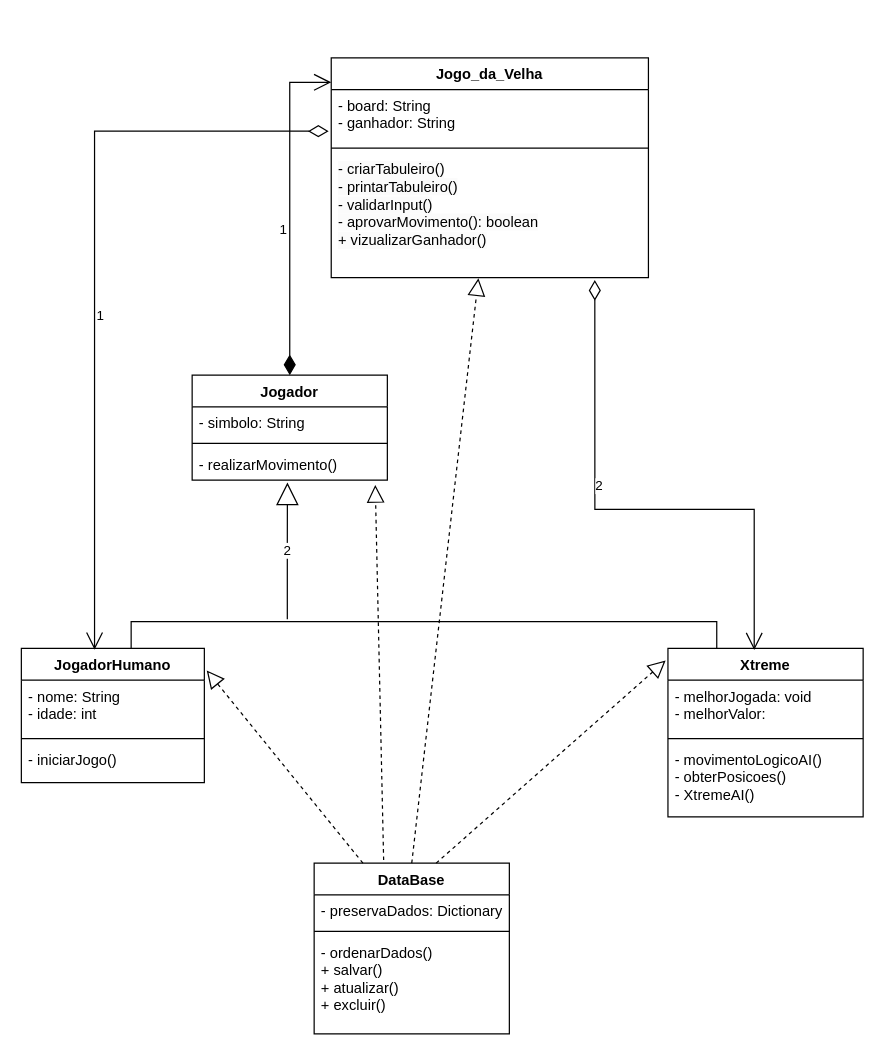
Above: mini_projeto_3/Projeto_3/diagrama_de_classes.drawio in antonioscarvalho/Projetos-Orientados-a-Objetos (draw.io), before the change. Source tidied: cells renumbered, new cells numbered last; positions are measured from the earlier drawing's top-left corner, leaving out a move shared by most shapes. Both pictures are drawn from the tidied source at 122%, with x=0, y=0 at pixel (21, 57).
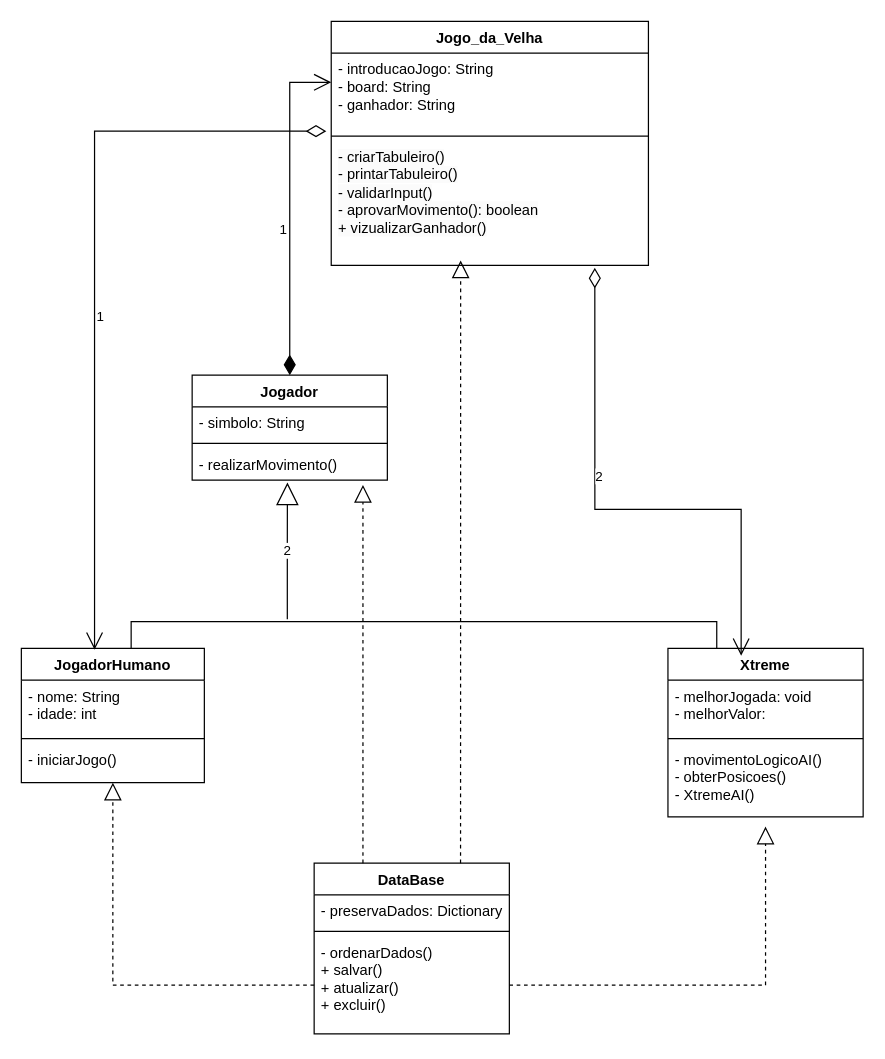
Above is the later version.

The change refers to these unchanged cells:
```xml
<mxCell id="2" value="JogadorHumano" style="swimlane;fontStyle=1;align=center;verticalAlign=top;horizontal=1;startSize=26;whiteSpace=wrap;html=1;" parent="1" vertex="1">
  <mxGeometry y="484" width="150" height="110" as="geometry" />
</mxCell>
<mxCell id="5" value="- iniciarJogo()" style="text;strokeColor=none;fillColor=none;align=left;verticalAlign=top;spacingLeft=4;spacingRight=4;overflow=hidden;points=[[0,0.5],[1,0.5]];portConstraint=eastwest;whiteSpace=wrap;html=1;" parent="2" vertex="1">
  <mxGeometry y="78" width="150" height="32" as="geometry" />
</mxCell>
<mxCell id="10" value="DataBase" style="swimlane;fontStyle=1;align=center;verticalAlign=top;horizontal=1;startSize=26;whiteSpace=wrap;html=1;" parent="1" vertex="1">
  <mxGeometry x="240" y="660" width="160" height="140" as="geometry" />
</mxCell>
<mxCell id="13" value="- ordenarDados()&lt;br&gt;+ salvar()&lt;br&gt;+ atualizar()&lt;br&gt;+ excluir()" style="text;strokeColor=none;fillColor=none;align=left;verticalAlign=top;spacingLeft=4;spacingRight=4;overflow=hidden;points=[[0,0.5],[1,0.5]];portConstraint=eastwest;whiteSpace=wrap;html=1;" parent="10" vertex="1">
  <mxGeometry y="60" width="160" height="80" as="geometry" />
</mxCell>
<mxCell id="16" value="Xtreme" style="swimlane;fontStyle=1;align=center;verticalAlign=top;horizontal=1;startSize=26;whiteSpace=wrap;html=1;" parent="1" vertex="1">
  <mxGeometry x="530" y="484" width="160" height="138" as="geometry" />
</mxCell>
<mxCell id="25" value="- realizarMovimento()" style="text;strokeColor=none;fillColor=none;align=left;verticalAlign=top;spacingLeft=4;spacingRight=4;overflow=hidden;points=[[0,0.5],[1,0.5]];portConstraint=eastwest;whiteSpace=wrap;html=1;" parent="22" vertex="1">
  <mxGeometry y="60" width="160" height="26" as="geometry" />
</mxCell>
```

Change to the diagram source:
```diff
@@
     <mxCell id="6" value="Jogo_da_Velha" style="swimlane;fontStyle=1;align=center;verticalAlign=top;horizontal=1;startSize=26;whiteSpace=wrap;html=1;" parent="1" vertex="1">
-      <mxGeometry x="254" width="260" height="180" as="geometry" />
+      <mxGeometry x="254" y="-30" width="260" height="200" as="geometry" />
     </mxCell>
-    <mxCell id="7" value="- board: String&lt;br&gt;- ganhador: String" style="text;strokeColor=none;fillColor=none;align=left;verticalAlign=top;spacingLeft=4;spacingRight=4;overflow=hidden;points=[[0,0.5],[1,0.5]];portConstraint=eastwest;whiteSpace=wrap;html=1;" parent="6" vertex="1">
-      <mxGeometry y="26" width="260" height="44" as="geometry" />
-    </mxCell>
+    <mxCell id="31" value="- introducaoJogo: String&lt;br&gt;- board: String&lt;br&gt;- ganhador: String" style="text;strokeColor=none;fillColor=none;align=left;verticalAlign=top;spacingLeft=4;spacingRight=4;overflow=hidden;whiteSpace=wrap;html=1;" parent="6" vertex="1">
+      <mxGeometry y="26" width="260" height="64" as="geometry" />
+    </mxCell>
     <mxCell id="8" style="line;strokeWidth=1;fillColor=none;align=left;verticalAlign=middle;spacingTop=-1;spacingLeft=3;spacingRight=3;labelPosition=right;strokeColor=inherit;" parent="6" vertex="1">
-      <mxGeometry y="70" width="260" height="8" as="geometry" />
+      <mxGeometry y="90" width="260" height="8" as="geometry" />
     </mxCell>
     <mxCell id="9" value="&lt;span style=&quot;color: rgb(0, 0, 0); font-family: Helvetica; font-size: 12px; font-style: normal; font-variant-ligatures: normal; font-variant-caps: normal; font-weight: 400; letter-spacing: normal; orphans: 2; text-align: left; text-indent: 0px; text-transform: none; widows: 2; word-spacing: 0px; -webkit-text-stroke-width: 0px; background-color: rgb(251, 251, 251); text-decoration-thickness: initial; text-decoration-style: initial; text-decoration-color: initial; float: none; display: inline !important;&quot;&gt;- criarTabuleiro()&lt;/span&gt;&lt;br style=&quot;border-color: var(--border-color); color: rgb(0, 0, 0); font-family: Helvetica; font-size: 12px; font-style: normal; font-variant-ligatures: normal; font-variant-caps: normal; font-weight: 400; letter-spacing: normal; orphans: 2; text-align: left; text-indent: 0px; text-transform: none; widows: 2; word-spacing: 0px; -webkit-text-stroke-width: 0px; background-color: rgb(251, 251, 251); text-decoration-thickness: initial; text-decoration-style: initial; text-decoration-color: initial;&quot;&gt;&lt;span style=&quot;color: rgb(0, 0, 0); font-family: Helvetica; font-size: 12px; font-style: normal; font-variant-ligatures: normal; font-variant-caps: normal; font-weight: 400; letter-spacing: normal; orphans: 2; text-align: left; text-indent: 0px; text-transform: none; widows: 2; word-spacing: 0px; -webkit-text-stroke-width: 0px; background-color: rgb(251, 251, 251); text-decoration-thickness: initial; text-decoration-style: initial; text-decoration-color: initial; float: none; display: inline !important;&quot;&gt;- printarTabuleiro()&lt;br&gt;- validarInput()&lt;br&gt;- aprovarMovimento(): boolean&lt;br&gt;+ vizualizarGanhador()&lt;br&gt;&lt;/span&gt;" style="text;strokeColor=none;fillColor=none;align=left;verticalAlign=top;spacingLeft=4;spacingRight=4;overflow=hidden;points=[[0,0.5],[1,0.5]];portConstraint=eastwest;whiteSpace=wrap;html=1;" parent="6" vertex="1">
-      <mxGeometry y="78" width="260" height="102" as="geometry" />
+      <mxGeometry y="98" width="260" height="102" as="geometry" />
     </mxCell>
@@
-    <mxCell id="14" style="endArrow=block;dashed=1;endFill=0;endSize=12;html=1;rounded=0;exitX=0.5;exitY=0;exitDx=0;exitDy=0;entryX=0.464;entryY=1.006;entryDx=0;entryDy=0;entryPerimeter=0;" parent="1" edge="1" source="10" target="9">
+    <mxCell id="14" style="endArrow=block;dashed=1;endFill=0;endSize=12;html=1;rounded=0;exitX=0.75;exitY=0;exitDx=0;exitDy=0;entryX=0.408;entryY=0.961;entryDx=0;entryDy=0;entryPerimeter=0;" parent="1" edge="1" source="10" target="9">
       <mxGeometry relative="1" as="geometry" />
     </mxCell>
-    <mxCell id="15" style="endArrow=block;dashed=1;endFill=0;endSize=12;html=1;rounded=0;exitX=0.25;exitY=0;exitDx=0;exitDy=0;entryX=1.013;entryY=0.164;entryDx=0;entryDy=0;entryPerimeter=0;" parent="1" edge="1" source="10" target="2">
-      <mxGeometry relative="1" as="geometry" />
+    <mxCell id="15" style="endArrow=block;dashed=1;endFill=0;endSize=12;html=1;rounded=0;exitX=0;exitY=0.5;exitDx=0;exitDy=0;" parent="1" edge="1" source="13" target="5">
+      <mxGeometry relative="1" as="geometry">
+        <Array as="points">
+          <mxPoint x="75" y="760" />
+        </Array>
+      </mxGeometry>
     </mxCell>
@@
-    <mxCell id="20" value="2" style="endArrow=open;html=1;endSize=12;startArrow=diamondThin;startSize=14;startFill=0;edgeStyle=orthogonalEdgeStyle;align=left;verticalAlign=bottom;rounded=0;entryX=0.442;entryY=0.01;entryDx=0;entryDy=0;entryPerimeter=0;exitX=0.831;exitY=1.02;exitDx=0;exitDy=0;exitPerimeter=0;" parent="1" edge="1" source="9" target="16">
+    <mxCell id="20" value="2" style="endArrow=open;html=1;endSize=12;startArrow=diamondThin;startSize=14;startFill=0;edgeStyle=orthogonalEdgeStyle;align=left;verticalAlign=bottom;rounded=0;exitX=0.831;exitY=1.02;exitDx=0;exitDy=0;exitPerimeter=0;" parent="1" edge="1" source="9">
       <mxGeometry x="-0.18" y="-1" relative="1" as="geometry">
+        <mxPoint x="590" y="490" as="targetPoint" />
         <Array as="points">
           <mxPoint x="470" y="370" />
-          <mxPoint x="601" y="370" />
+          <mxPoint x="590" y="370" />
+          <mxPoint x="590" y="485" />
         </Array>
       </mxGeometry>
     </mxCell>
-    <mxCell id="21" style="endArrow=block;dashed=1;endFill=0;endSize=12;html=1;rounded=0;entryX=-0.012;entryY=0.072;entryDx=0;entryDy=0;entryPerimeter=0;exitX=0.625;exitY=0;exitDx=0;exitDy=0;exitPerimeter=0;" parent="1" edge="1" source="10" target="16">
-      <mxGeometry relative="1" as="geometry" />
+    <mxCell id="21" style="endArrow=block;dashed=1;endFill=0;endSize=12;html=1;rounded=0;exitX=1;exitY=0.5;exitDx=0;exitDy=0;" parent="1" edge="1" source="13">
+      <mxGeometry relative="1" as="geometry">
+        <mxPoint x="610" y="630" as="targetPoint" />
+        <Array as="points">
+          <mxPoint x="610" y="760" />
+        </Array>
+      </mxGeometry>
     </mxCell>
@@
-    <mxCell id="26" style="endArrow=block;dashed=1;endFill=0;endSize=12;html=1;rounded=0;exitX=0.356;exitY=-0.018;exitDx=0;exitDy=0;exitPerimeter=0;entryX=0.938;entryY=1.154;entryDx=0;entryDy=0;entryPerimeter=0;" parent="1" edge="1" source="10" target="25">
-      <mxGeometry relative="1" as="geometry" />
+    <mxCell id="26" style="endArrow=block;dashed=1;endFill=0;endSize=12;html=1;rounded=0;exitX=0.25;exitY=0;exitDx=0;exitDy=0;" parent="1" edge="1" source="10">
+      <mxGeometry relative="1" as="geometry">
+        <mxPoint x="280" y="350" as="targetPoint" />
+      </mxGeometry>
     </mxCell>
@@
-    <mxCell id="30" value="1" style="endArrow=open;html=1;endSize=12;startArrow=diamondThin;startSize=14;startFill=0;edgeStyle=orthogonalEdgeStyle;align=left;verticalAlign=bottom;rounded=0;entryX=0.4;entryY=0.009;entryDx=0;entryDy=0;entryPerimeter=0;exitX=-0.008;exitY=0.773;exitDx=0;exitDy=0;exitPerimeter=0;" parent="1" edge="1" source="7" target="2">
+    <mxCell id="30" value="1" style="endArrow=open;html=1;endSize=12;startArrow=diamondThin;startSize=14;startFill=0;edgeStyle=orthogonalEdgeStyle;align=left;verticalAlign=bottom;rounded=0;entryX=0.4;entryY=0.009;entryDx=0;entryDy=0;entryPerimeter=0;" parent="1" edge="1" target="2">
       <mxGeometry x="0.14" relative="1" as="geometry">
+        <mxPoint x="250" y="60" as="sourcePoint" />
         <Array as="points">
           <mxPoint x="60" y="60" />
         </Array>
       </mxGeometry>
     </mxCell>
```
